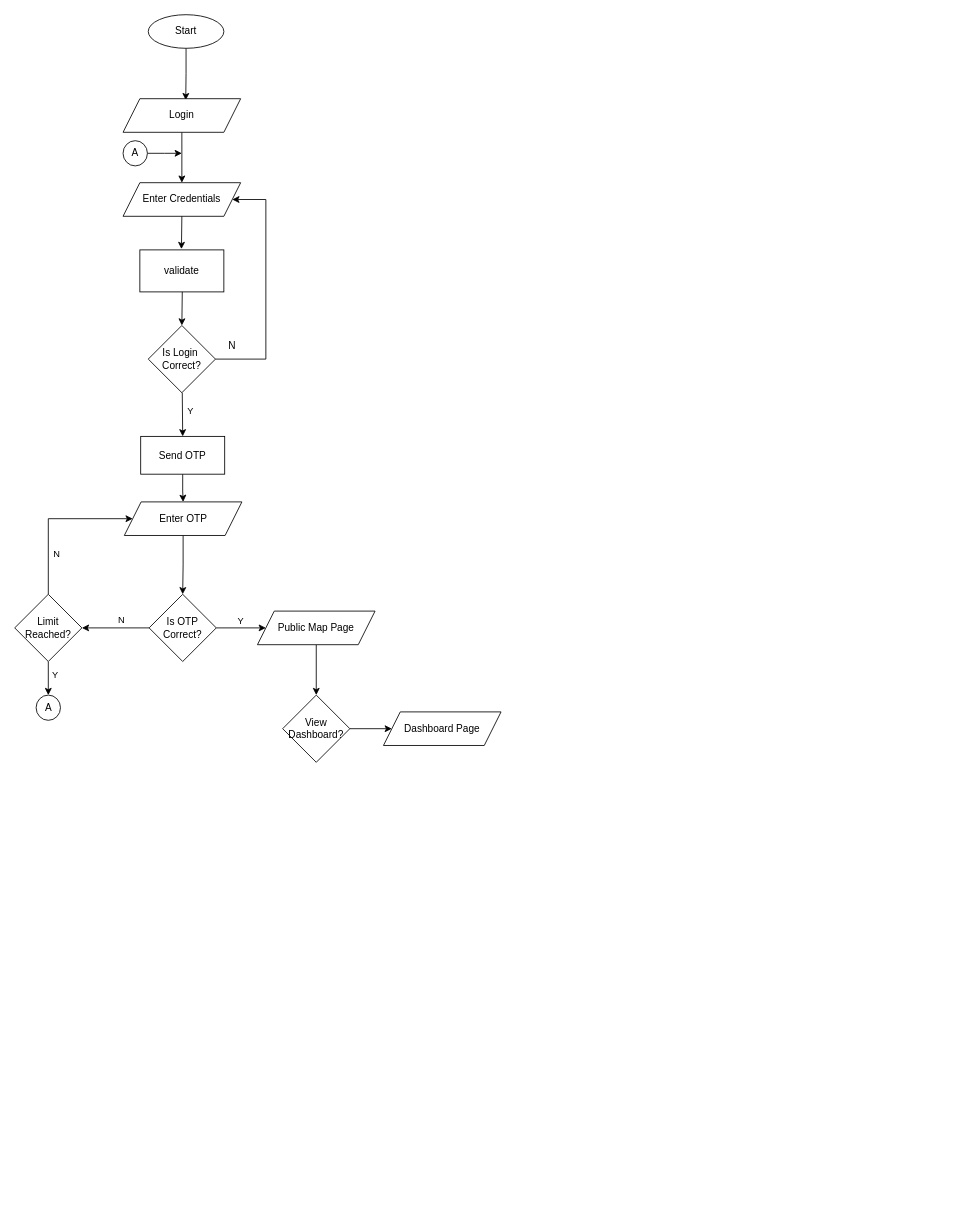
Above: Admin_FlowChart.drawio in N0Obitaz/DrawIODiagrams (draw.io), before the change. Source tidied: cells renumbered, new cells numbered last; positions are measured from the earlier drawing's top-left corner, leaving out a move shared by most shapes. Both pictures are drawn from the tidied source at 84%, with x=0, y=0 at pixel (14, 14).
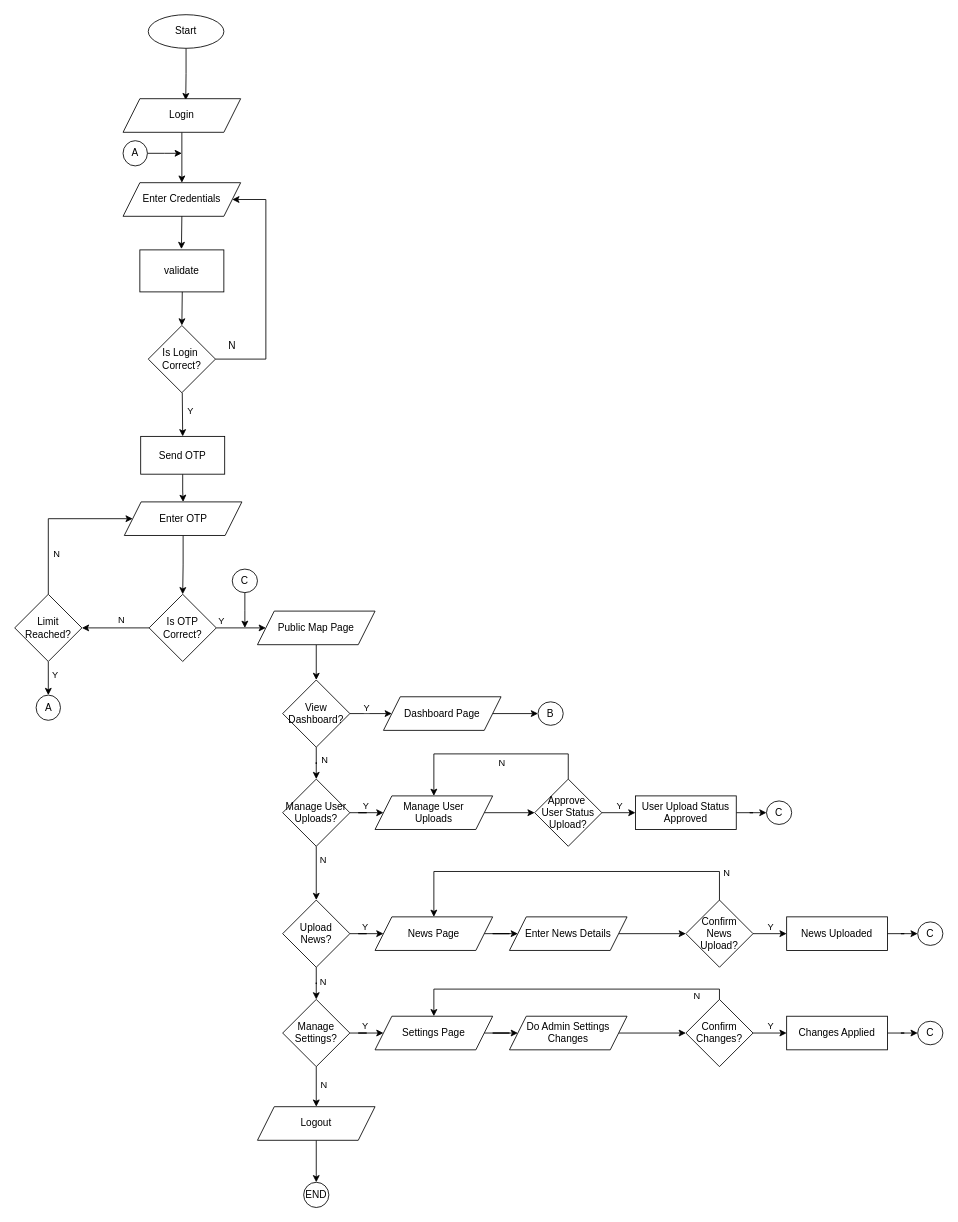
The same page after the edit.

Unchanged cells that the change refers to:
```xml
<mxCell id="17" style="edgeStyle=orthogonalEdgeStyle;rounded=0;jettySize=auto;html=1;" parent="1" edge="1" source="21" target="25">
  <mxGeometry relative="1" as="geometry" />
</mxCell>
<mxCell id="34" style="edgeStyle=orthogonalEdgeStyle;rounded=0;jettySize=auto;html=1;" parent="1" edge="1" source="35" target="36">
  <mxGeometry relative="1" as="geometry" />
</mxCell>
```

The edit, as a diff of the source:
```diff
@@
     <mxCell id="18" value="&lt;div&gt;&lt;span style=&quot;background-color: light-dark(#ffffff, var(--ge-dark-color, #121212)); color: light-dark(rgb(0, 0, 0), rgb(255, 255, 255));&quot;&gt;Y&lt;/span&gt;&lt;/div&gt;" style="edgeLabel;html=1;align=center;verticalAlign=middle;" parent="17" vertex="1">
       <mxGeometry x="0.03" y="1" relative="1" as="geometry">
-        <mxPoint x="-2" y="-8" as="offset" />
+        <mxPoint x="-25" y="-8" as="offset" />
       </mxGeometry>
     </mxCell>
@@
+    <mxCell id="37" value="Y" style="edgeLabel;html=1;align=center;verticalAlign=middle;" parent="34" vertex="1">
+      <mxGeometry x="-0.26" y="1" relative="1" as="geometry">
+        <mxPoint y="-7" as="offset" />
+      </mxGeometry>
+    </mxCell>
+    <mxCell id="38" style="edgeStyle=orthogonalEdgeStyle;rounded=0;jettySize=auto;html=1;" parent="1" edge="1" source="35" target="45">
+      <mxGeometry relative="1" as="geometry" />
+    </mxCell>
+    <mxCell id="39" value="N" style="edgeLabel;html=1;align=center;verticalAlign=middle;" parent="38" vertex="1">
+      <mxGeometry x="-0.47" y="-2" relative="1" as="geometry">
+        <mxPoint x="11" y="3" as="offset" />
+      </mxGeometry>
+    </mxCell>
     <mxCell id="35" value="View Dashboard?" style="rhombus;whiteSpace=wrap;html=1;" parent="1" vertex="1">
-      <mxGeometry x="319" y="810" width="80" height="80" as="geometry" />
+      <mxGeometry x="319" y="792" width="80" height="80" as="geometry" />
     </mxCell>
+    <mxCell id="40" style="edgeStyle=orthogonalEdgeStyle;rounded=0;jettySize=auto;html=1;" parent="1" edge="1" source="36" target="62">
+      <mxGeometry relative="1" as="geometry" />
+    </mxCell>
     <mxCell id="36" value="Dashboard Page" style="shape=parallelogram;perimeter=parallelogramPerimeter;whiteSpace=wrap;html=1;fixedSize=1;" parent="1" vertex="1">
-      <mxGeometry x="439" y="830" width="140" height="40" as="geometry" />
+      <mxGeometry x="439" y="812" width="140" height="40" as="geometry" />
     </mxCell>
+    <mxCell id="41" style="edgeStyle=orthogonalEdgeStyle;rounded=0;jettySize=auto;html=1;" parent="1" edge="1" source="45" target="47">
+      <mxGeometry relative="1" as="geometry" />
+    </mxCell>
+    <mxCell id="42" value="Y" style="edgeLabel;html=1;align=center;verticalAlign=middle;" parent="41" vertex="1">
+      <mxGeometry x="0.27" y="2" relative="1" as="geometry">
+        <mxPoint y="-7" as="offset" />
+      </mxGeometry>
+    </mxCell>
+    <mxCell id="43" style="edgeStyle=orthogonalEdgeStyle;rounded=0;jettySize=auto;html=1;" parent="1" edge="1" source="45" target="52">
+      <mxGeometry relative="1" as="geometry" />
+    </mxCell>
+    <mxCell id="44" value="N" style="edgeLabel;html=1;align=center;verticalAlign=middle;" parent="43" vertex="1">
+      <mxGeometry x="-0.53" relative="1" as="geometry">
+        <mxPoint x="7" as="offset" />
+      </mxGeometry>
+    </mxCell>
+    <mxCell id="45" value="Manage User Uploads?" style="rhombus;whiteSpace=wrap;html=1;" parent="1" vertex="1">
+      <mxGeometry x="319" y="910" width="80" height="80" as="geometry" />
+    </mxCell>
+    <mxCell id="46" style="edgeStyle=orthogonalEdgeStyle;rounded=0;jettySize=auto;html=1;" parent="1" edge="1" source="47" target="67">
+      <mxGeometry relative="1" as="geometry" />
+    </mxCell>
+    <mxCell id="47" value="Manage User&lt;div&gt;Uploads&lt;/div&gt;" style="shape=parallelogram;perimeter=parallelogramPerimeter;whiteSpace=wrap;html=1;fixedSize=1;" parent="1" vertex="1">
+      <mxGeometry x="429" y="930" width="140" height="40" as="geometry" />
+    </mxCell>
+    <mxCell id="48" style="edgeStyle=orthogonalEdgeStyle;rounded=0;jettySize=auto;html=1;" parent="1" edge="1" source="52" target="54">
+      <mxGeometry relative="1" as="geometry" />
+    </mxCell>
+    <mxCell id="49" value="Y" style="edgeLabel;html=1;align=center;verticalAlign=middle;" parent="48" vertex="1">
+      <mxGeometry x="0.24" y="3" relative="1" as="geometry">
+        <mxPoint y="-6" as="offset" />
+      </mxGeometry>
+    </mxCell>
+    <mxCell id="50" style="edgeStyle=orthogonalEdgeStyle;rounded=0;jettySize=auto;html=1;" parent="1" edge="1" source="52" target="59">
+      <mxGeometry relative="1" as="geometry" />
+    </mxCell>
+    <mxCell id="51" value="N" style="edgeLabel;html=1;align=center;verticalAlign=middle;" parent="50" vertex="1">
+      <mxGeometry x="-0.2" y="1" relative="1" as="geometry">
+        <mxPoint x="6" as="offset" />
+      </mxGeometry>
+    </mxCell>
+    <mxCell id="52" value="Upload&lt;div&gt;News?&lt;/div&gt;" style="rhombus;whiteSpace=wrap;html=1;" parent="1" vertex="1">
+      <mxGeometry x="319" y="1054" width="80" height="80" as="geometry" />
+    </mxCell>
+    <mxCell id="53" style="edgeStyle=orthogonalEdgeStyle;rounded=0;jettySize=auto;html=1;" parent="1" edge="1" source="54" target="82">
+      <mxGeometry relative="1" as="geometry" />
+    </mxCell>
+    <mxCell id="54" value="News Page" style="shape=parallelogram;perimeter=parallelogramPerimeter;whiteSpace=wrap;html=1;fixedSize=1;" parent="1" vertex="1">
+      <mxGeometry x="429" y="1074" width="140" height="40" as="geometry" />
+    </mxCell>
+    <mxCell id="55" style="edgeStyle=orthogonalEdgeStyle;rounded=0;jettySize=auto;html=1;" parent="1" edge="1" source="59" target="61">
+      <mxGeometry relative="1" as="geometry" />
+    </mxCell>
+    <mxCell id="56" value="Y" style="edgeLabel;html=1;align=center;verticalAlign=middle;" parent="55" vertex="1">
+      <mxGeometry x="0.24" y="3" relative="1" as="geometry">
+        <mxPoint y="-6" as="offset" />
+      </mxGeometry>
+    </mxCell>
+    <mxCell id="57" style="edgeStyle=orthogonalEdgeStyle;rounded=0;jettySize=auto;html=1;" parent="1" edge="1" source="59" target="94">
+      <mxGeometry relative="1" as="geometry" />
+    </mxCell>
+    <mxCell id="58" value="N" style="edgeLabel;html=1;align=center;verticalAlign=middle;" parent="57" vertex="1">
+      <mxGeometry x="-0.12" relative="1" as="geometry">
+        <mxPoint x="8" as="offset" />
+      </mxGeometry>
+    </mxCell>
+    <mxCell id="59" value="Manage Settings?" style="rhombus;whiteSpace=wrap;html=1;" parent="1" vertex="1">
+      <mxGeometry x="319" y="1172.3" width="80" height="80" as="geometry" />
+    </mxCell>
+    <mxCell id="60" style="edgeStyle=orthogonalEdgeStyle;rounded=0;jettySize=auto;html=1;" parent="1" edge="1" source="61" target="84">
+      <mxGeometry relative="1" as="geometry" />
+    </mxCell>
+    <mxCell id="61" value="Settings Page" style="shape=parallelogram;perimeter=parallelogramPerimeter;whiteSpace=wrap;html=1;fixedSize=1;" parent="1" vertex="1">
+      <mxGeometry x="429" y="1192.3" width="140" height="40" as="geometry" />
+    </mxCell>
+    <mxCell id="62" value="B" style="ellipse;whiteSpace=wrap;html=1;" parent="1" vertex="1">
+      <mxGeometry x="623" y="818" width="30" height="28" as="geometry" />
+    </mxCell>
+    <mxCell id="63" style="edgeStyle=orthogonalEdgeStyle;rounded=0;jettySize=auto;html=1;entryX=0.5;entryY=0;entryDx=0;entryDy=0;" parent="1" edge="1" source="67" target="47">
+      <mxGeometry relative="1" as="geometry">
+        <Array as="points">
+          <mxPoint x="659" y="880" />
+          <mxPoint x="499" y="880" />
+        </Array>
+      </mxGeometry>
+    </mxCell>
+    <mxCell id="64" value="N" style="edgeLabel;html=1;align=center;verticalAlign=middle;" parent="63" vertex="1">
+      <mxGeometry x="-0.15" y="1" relative="1" as="geometry">
+        <mxPoint x="-8" y="9" as="offset" />
+      </mxGeometry>
+    </mxCell>
+    <mxCell id="65" style="edgeStyle=orthogonalEdgeStyle;rounded=0;jettySize=auto;html=1;" parent="1" edge="1" source="67" target="72">
+      <mxGeometry relative="1" as="geometry" />
+    </mxCell>
+    <mxCell id="66" value="Y" style="edgeLabel;html=1;align=center;verticalAlign=middle;" parent="65" vertex="1">
+      <mxGeometry x="0.14" y="1" relative="1" as="geometry">
+        <mxPoint x="-3" y="-8" as="offset" />
+      </mxGeometry>
+    </mxCell>
+    <mxCell id="67" value="Approve&amp;nbsp;&lt;div&gt;User Status Upload?&lt;/div&gt;" style="rhombus;whiteSpace=wrap;html=1;" parent="1" vertex="1">
+      <mxGeometry x="619" y="910" width="80" height="80" as="geometry" />
+    </mxCell>
+    <mxCell id="68" value="C" style="ellipse;whiteSpace=wrap;html=1;" parent="1" vertex="1">
+      <mxGeometry x="895" y="936" width="30" height="28" as="geometry" />
+    </mxCell>
+    <mxCell id="69" style="edgeStyle=orthogonalEdgeStyle;rounded=0;jettySize=auto;html=1;" parent="1" edge="1" source="70">
+      <mxGeometry relative="1" as="geometry">
+        <mxPoint x="274" y="730" as="targetPoint" />
+      </mxGeometry>
+    </mxCell>
+    <mxCell id="70" value="C" style="ellipse;whiteSpace=wrap;html=1;" parent="1" vertex="1">
+      <mxGeometry x="259" y="660" width="30" height="28" as="geometry" />
+    </mxCell>
+    <mxCell id="71" style="edgeStyle=orthogonalEdgeStyle;rounded=0;jettySize=auto;html=1;" parent="1" edge="1" source="72" target="68">
+      <mxGeometry relative="1" as="geometry" />
+    </mxCell>
+    <mxCell id="72" value="User Upload Status Approved" style="whiteSpace=wrap;html=1;" parent="1" vertex="1">
+      <mxGeometry x="739" y="930" width="120" height="40" as="geometry" />
+    </mxCell>
+    <mxCell id="73" style="edgeStyle=orthogonalEdgeStyle;rounded=0;jettySize=auto;html=1;" parent="1" edge="1" source="77" target="80">
+      <mxGeometry relative="1" as="geometry" />
+    </mxCell>
+    <mxCell id="74" value="Y" style="edgeLabel;html=1;align=center;verticalAlign=middle;" parent="73" vertex="1">
+      <mxGeometry x="0.14" y="1" relative="1" as="geometry">
+        <mxPoint x="-3" y="-8" as="offset" />
+      </mxGeometry>
+    </mxCell>
+    <mxCell id="75" style="edgeStyle=orthogonalEdgeStyle;rounded=0;jettySize=auto;html=1;entryX=0.5;entryY=0;entryDx=0;entryDy=0;" parent="1" edge="1" source="77" target="54">
+      <mxGeometry relative="1" as="geometry">
+        <Array as="points">
+          <mxPoint x="839" y="1020" />
+          <mxPoint x="499" y="1020" />
+        </Array>
+      </mxGeometry>
+    </mxCell>
+    <mxCell id="76" value="&amp;nbsp;N" style="edgeLabel;html=1;align=center;verticalAlign=middle;" parent="75" vertex="1">
+      <mxGeometry x="-0.83" y="1" relative="1" as="geometry">
+        <mxPoint x="8" as="offset" />
+      </mxGeometry>
+    </mxCell>
+    <mxCell id="77" value="Confirm&lt;div&gt;News&lt;br&gt;Upload?&lt;/div&gt;" style="rhombus;whiteSpace=wrap;html=1;" parent="1" vertex="1">
+      <mxGeometry x="799" y="1054" width="80" height="80" as="geometry" />
+    </mxCell>
+    <mxCell id="78" value="C" style="ellipse;whiteSpace=wrap;html=1;" parent="1" vertex="1">
+      <mxGeometry x="1075" y="1080" width="30" height="28" as="geometry" />
+    </mxCell>
+    <mxCell id="79" style="edgeStyle=orthogonalEdgeStyle;rounded=0;jettySize=auto;html=1;" parent="1" edge="1" source="80" target="78">
+      <mxGeometry relative="1" as="geometry" />
+    </mxCell>
+    <mxCell id="80" value="News Uploaded" style="whiteSpace=wrap;html=1;" parent="1" vertex="1">
+      <mxGeometry x="919" y="1074" width="120" height="40" as="geometry" />
+    </mxCell>
+    <mxCell id="81" style="edgeStyle=orthogonalEdgeStyle;rounded=0;jettySize=auto;html=1;" parent="1" edge="1" source="82" target="77">
+      <mxGeometry relative="1" as="geometry" />
+    </mxCell>
+    <mxCell id="82" value="Enter News Details" style="shape=parallelogram;perimeter=parallelogramPerimeter;whiteSpace=wrap;html=1;fixedSize=1;" parent="1" vertex="1">
+      <mxGeometry x="589" y="1074" width="140" height="40" as="geometry" />
+    </mxCell>
+    <mxCell id="83" style="edgeStyle=orthogonalEdgeStyle;rounded=0;jettySize=auto;html=1;" parent="1" edge="1" source="84" target="89">
+      <mxGeometry relative="1" as="geometry" />
+    </mxCell>
+    <mxCell id="84" value="Do Admin Settings Changes" style="shape=parallelogram;perimeter=parallelogramPerimeter;whiteSpace=wrap;html=1;fixedSize=1;" parent="1" vertex="1">
+      <mxGeometry x="589" y="1192.3" width="140" height="40" as="geometry" />
+    </mxCell>
+    <mxCell id="85" style="edgeStyle=orthogonalEdgeStyle;rounded=0;jettySize=auto;html=1;" parent="1" edge="1" source="89" target="92">
+      <mxGeometry relative="1" as="geometry" />
+    </mxCell>
+    <mxCell id="86" value="Y" style="edgeLabel;html=1;align=center;verticalAlign=middle;" parent="85" vertex="1">
+      <mxGeometry x="0.14" y="1" relative="1" as="geometry">
+        <mxPoint x="-3" y="-8" as="offset" />
+      </mxGeometry>
+    </mxCell>
+    <mxCell id="87" style="edgeStyle=orthogonalEdgeStyle;rounded=0;jettySize=auto;html=1;entryX=0.5;entryY=0;entryDx=0;entryDy=0;" parent="1" edge="1" source="89" target="61">
+      <mxGeometry relative="1" as="geometry">
+        <Array as="points">
+          <mxPoint x="839" y="1160" />
+          <mxPoint x="499" y="1160" />
+        </Array>
+      </mxGeometry>
+    </mxCell>
+    <mxCell id="88" value="N" style="edgeLabel;html=1;align=center;verticalAlign=middle;" parent="87" vertex="1">
+      <mxGeometry x="-0.84" relative="1" as="geometry">
+        <mxPoint x="-9" y="7" as="offset" />
+      </mxGeometry>
+    </mxCell>
+    <mxCell id="89" value="Confirm Changes?" style="rhombus;whiteSpace=wrap;html=1;" parent="1" vertex="1">
+      <mxGeometry x="799" y="1172.3" width="80" height="80" as="geometry" />
+    </mxCell>
+    <mxCell id="90" value="C" style="ellipse;whiteSpace=wrap;html=1;" parent="1" vertex="1">
+      <mxGeometry x="1075" y="1198.3" width="30" height="28" as="geometry" />
+    </mxCell>
+    <mxCell id="91" style="edgeStyle=orthogonalEdgeStyle;rounded=0;jettySize=auto;html=1;" parent="1" edge="1" source="92" target="90">
+      <mxGeometry relative="1" as="geometry" />
+    </mxCell>
+    <mxCell id="92" value="Changes Applied" style="whiteSpace=wrap;html=1;" parent="1" vertex="1">
+      <mxGeometry x="919" y="1192.3" width="120" height="40" as="geometry" />
+    </mxCell>
+    <mxCell id="93" style="edgeStyle=orthogonalEdgeStyle;rounded=0;jettySize=auto;html=1;" parent="1" edge="1" source="94" target="96">
+      <mxGeometry relative="1" as="geometry" />
+    </mxCell>
+    <mxCell id="94" value="Logout" style="shape=parallelogram;perimeter=parallelogramPerimeter;whiteSpace=wrap;html=1;fixedSize=1;" parent="1" vertex="1">
+      <mxGeometry x="289" y="1300" width="140" height="40" as="geometry" />
+    </mxCell>
+    <mxCell id="95" style="verticalLabelPosition=bottom;verticalAlign=top;html=1;shape=mxgraph.flowchart.on-page_reference;" parent="1" vertex="1">
+      <mxGeometry x="344" y="1390" width="30" height="30" as="geometry" />
+    </mxCell>
+    <mxCell id="96" value="END" style="text;html=1;whiteSpace=wrap;strokeColor=none;fillColor=none;align=center;verticalAlign=middle;rounded=0;" parent="1" vertex="1">
+      <mxGeometry x="334" y="1390" width="50" height="30" as="geometry" />
+    </mxCell>
```
